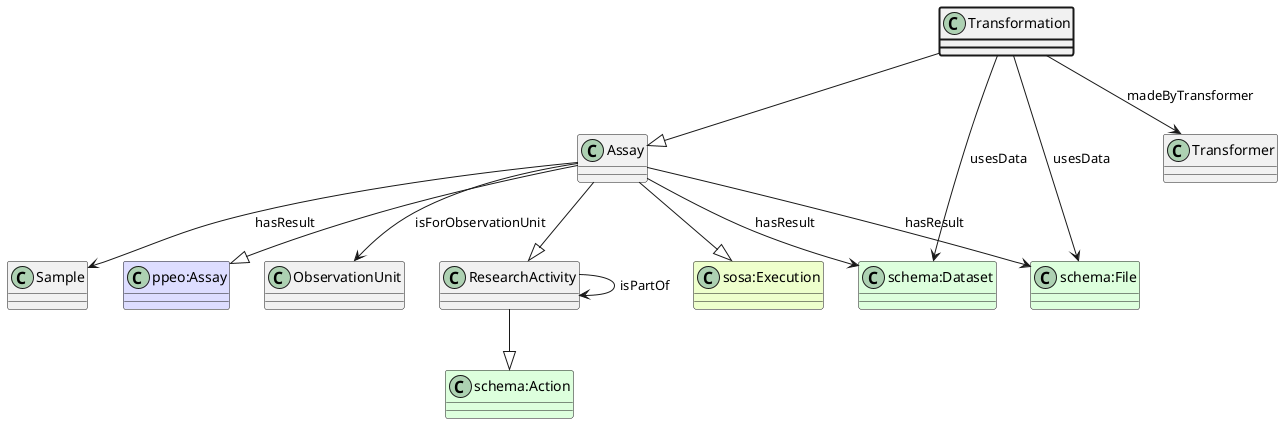
This is ttl_uml/ttl_appn_Transformation.png from aus-plant-phenomics-network/appn-schema, a PlantUML export, as it was before one commit.
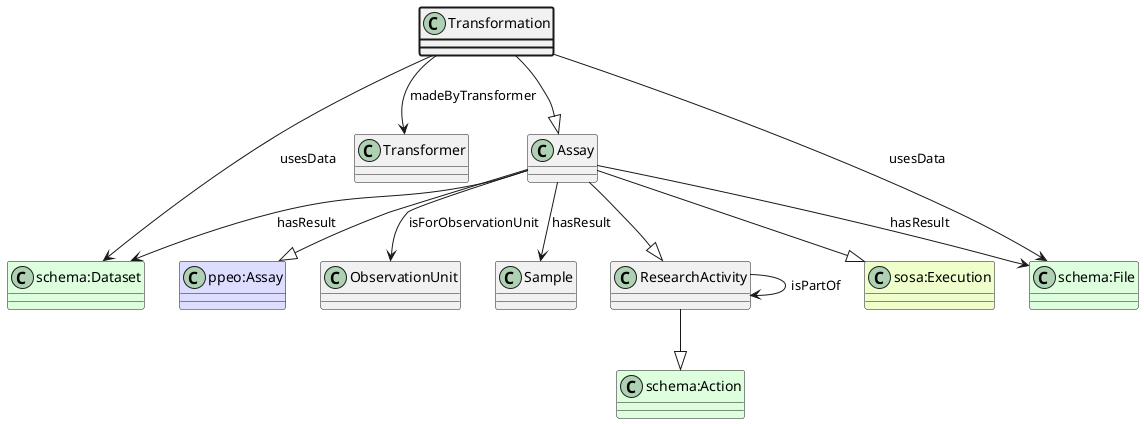
The same file after the commit.

Diff of the diagram source:
```diff
@@ -4,13 +4,18 @@
 class ResearchActivity
 class "schema:Action" #DDFFDD
 ResearchActivity --|> "schema:Action"
-class ResearchActivity
-ResearchActivity --> ResearchActivity : isPartOf
 Assay --|> ResearchActivity
 class "sosa:Execution" #EEFFCC
 Assay --|> "sosa:Execution"
 class "ppeo:Assay" #DDDDFF
 Assay --|> "ppeo:Assay"
+Transformation --|> Assay
+class Transformer
+Transformation --> Transformer : madeByTransformer
+class "schema:Dataset" #DDFFDD
+Transformation --> "schema:Dataset" : usesData
+class "schema:File" #DDFFDD
+Transformation --> "schema:File" : usesData
 class ObservationUnit
 Assay --> ObservationUnit : isForObservationUnit
 class "schema:Dataset" #DDFFDD
@@ -19,11 +24,6 @@
 Assay --> "schema:File" : hasResult
 class Sample
 Assay --> Sample : hasResult
-Transformation --|> Assay
-class Transformer
-Transformation --> Transformer : madeByTransformer
-class "schema:Dataset" #DDFFDD
-Transformation --> "schema:Dataset" : usesData
-class "schema:File" #DDFFDD
-Transformation --> "schema:File" : usesData
+class ResearchActivity
+ResearchActivity --> ResearchActivity : isPartOf
 @enduml
```
